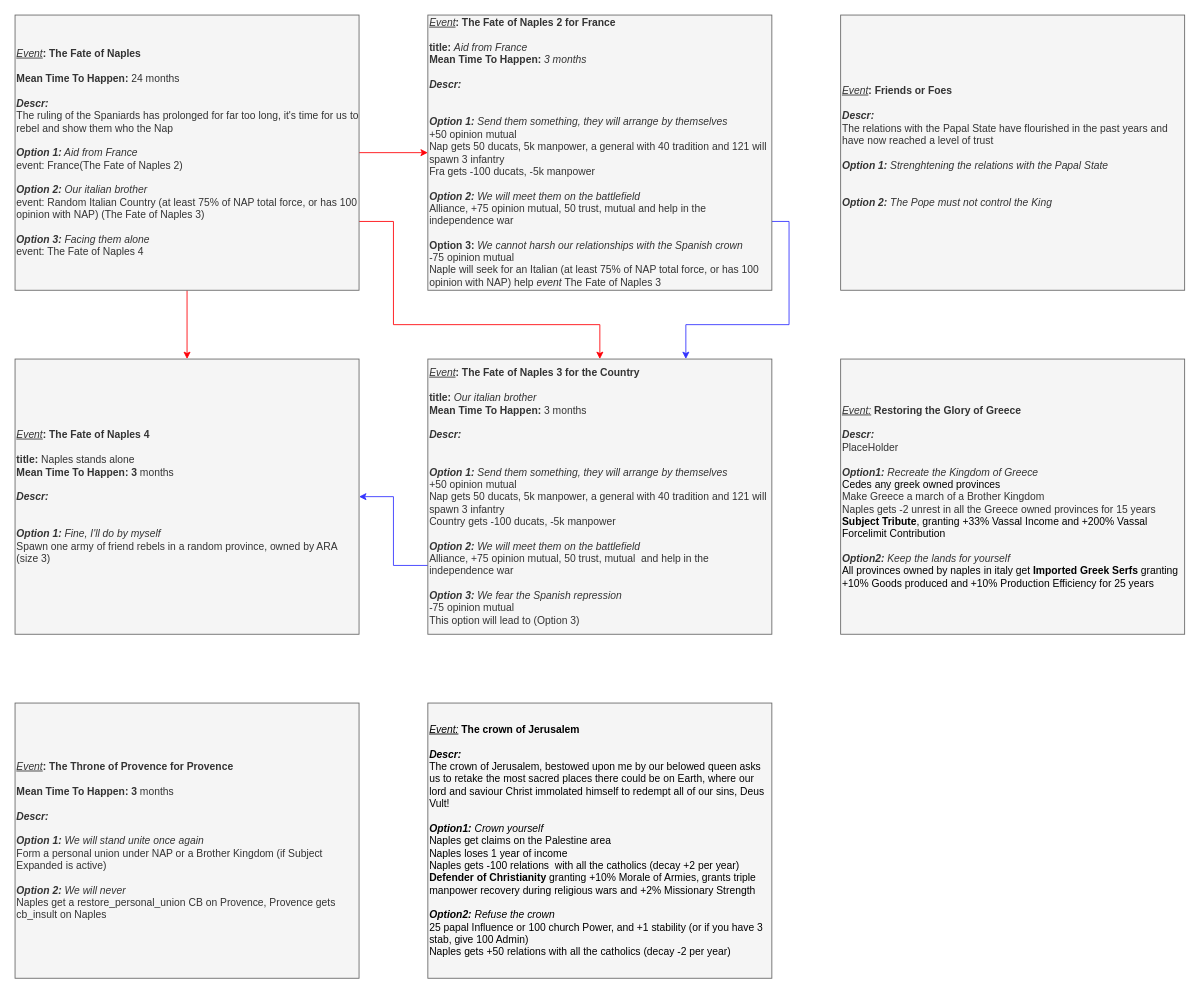
The draw.io diagram page "Events" (2 of 2) of Naples/It's Pizza Time 0.95.drawio in Melvasul/Missions-Expanded, before the edit. Source tidied: cells renumbered, new cells numbered last; positions are measured from the earlier drawing's top-left corner, leaving out a move shared by most shapes. Both pictures are drawn from the tidied source at 86%, with x=0, y=0 at pixel (15, 15).
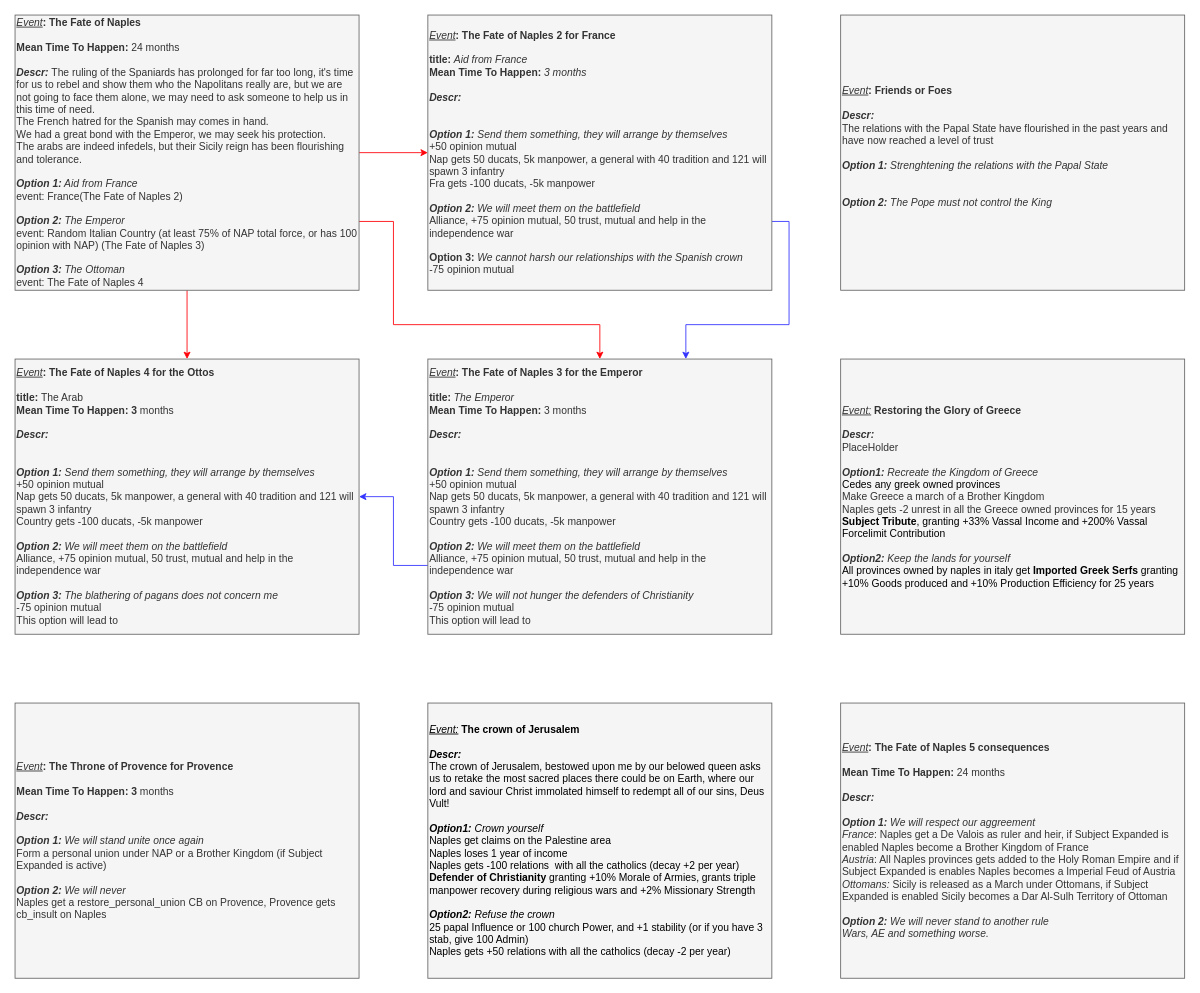
The same page after the edit.

Diff of the diagram source:
```diff
@@
-    <mxCell id="7" value="&lt;div style=&quot;font-size: 12px&quot;&gt;&lt;i&gt;&lt;u&gt;Event&lt;/u&gt;&lt;/i&gt;&lt;b&gt;: The Fate of Naples&lt;/b&gt;&lt;/div&gt;&lt;div style=&quot;font-size: 12px&quot;&gt;&lt;b&gt;&lt;br&gt;&lt;/b&gt;&lt;/div&gt;&lt;div style=&quot;font-size: 12px&quot;&gt;&lt;b&gt;Mean Time To Happen: &lt;/b&gt;24 months&lt;/div&gt;&lt;div style=&quot;font-size: 12px&quot;&gt;&lt;b&gt;&lt;br&gt;&lt;/b&gt;&lt;/div&gt;&lt;div&gt;&lt;font&gt;&lt;div style=&quot;font-size: 12px&quot;&gt;&lt;b style=&quot;font-size: 12px&quot;&gt;&lt;i style=&quot;font-size: 12px&quot;&gt;Descr:&lt;/i&gt;&lt;/b&gt;&lt;/div&gt;&lt;div&gt;The ruling of the Spaniards has prolonged for far too long, it's time for us to rebel and show them who the Nap&lt;/div&gt;&lt;/font&gt;&lt;/div&gt;&lt;div&gt;&lt;br&gt;&lt;/div&gt;&lt;div style=&quot;font-size: 12px&quot;&gt;&lt;/div&gt;&lt;font&gt;&lt;b style=&quot;font-size: 12px ; font-style: italic&quot;&gt;Option 1:&lt;/b&gt;&lt;span style=&quot;font-size: 12px ; font-style: italic&quot;&gt; &lt;/span&gt;&lt;span style=&quot;font-size: 12px ; font-style: italic&quot;&gt;Aid from France&lt;/span&gt;&lt;br&gt;event: France(The Fate of Naples 2)&lt;br&gt;&lt;br&gt;&lt;span style=&quot;font-size: 12px&quot;&gt;&lt;i&gt;&lt;b&gt;Option 2:&lt;/b&gt; Our italian brother&lt;/i&gt;&lt;/span&gt;&lt;br&gt;&lt;div&gt;event: Random Italian Country (at least 75% of NAP total force, or has 100 opinion with NAP) (The Fate of Naples 3)&lt;br&gt;&lt;/div&gt;&lt;div&gt;&lt;br&gt;&lt;/div&gt;&lt;div&gt;&lt;i style=&quot;font-weight: bold&quot;&gt;Option 3: &lt;/i&gt;&lt;i&gt;Facing them alone&lt;/i&gt;&lt;/div&gt;&lt;div&gt;event: The Fate of Naples 4&lt;i&gt;&lt;br&gt;&lt;/i&gt;&lt;/div&gt;&lt;/font&gt;" style="rounded=0;whiteSpace=wrap;html=1;align=left;fontSize=12;fillColor=#f5f5f5;strokeColor=#666666;fontColor=#333333;" parent="1" vertex="1">
+    <mxCell id="7" value="&lt;div style=&quot;font-size: 12px&quot;&gt;&lt;i&gt;&lt;u&gt;Event&lt;/u&gt;&lt;/i&gt;&lt;b&gt;: The Fate of Naples&lt;/b&gt;&lt;/div&gt;&lt;div style=&quot;font-size: 12px&quot;&gt;&lt;b&gt;&lt;br&gt;&lt;/b&gt;&lt;/div&gt;&lt;div style=&quot;font-size: 12px&quot;&gt;&lt;b&gt;Mean Time To Happen: &lt;/b&gt;24 months&lt;/div&gt;&lt;div style=&quot;font-size: 12px&quot;&gt;&lt;b&gt;&lt;br&gt;&lt;/b&gt;&lt;/div&gt;&lt;div&gt;&lt;font&gt;&lt;div style=&quot;font-size: 12px&quot;&gt;&lt;b style=&quot;font-size: 12px&quot;&gt;&lt;i style=&quot;font-size: 12px&quot;&gt;Descr:&amp;nbsp;&lt;/i&gt;&lt;/b&gt;&lt;span&gt;The ruling of the Spaniards has prolonged for far too long, it's time for us to rebel and show them who the Napolitans really are, but we are not going to face them alone, we may need to ask someone to help us in this time of need.&lt;/span&gt;&lt;/div&gt;&lt;div&gt;The French hatred for the Spanish may comes in hand.&lt;/div&gt;&lt;div&gt;We had a great bond with the Emperor, we may seek his protection.&lt;/div&gt;&lt;div&gt;The arabs are indeed infedels, but their Sicily reign has been flourishing and tolerance.&lt;/div&gt;&lt;/font&gt;&lt;/div&gt;&lt;div&gt;&lt;br&gt;&lt;/div&gt;&lt;div style=&quot;font-size: 12px&quot;&gt;&lt;/div&gt;&lt;font&gt;&lt;b style=&quot;font-size: 12px ; font-style: italic&quot;&gt;Option 1:&lt;/b&gt;&lt;span style=&quot;font-size: 12px ; font-style: italic&quot;&gt; &lt;/span&gt;&lt;span style=&quot;font-size: 12px ; font-style: italic&quot;&gt;Aid from France&lt;/span&gt;&lt;br&gt;event: France(The Fate of Naples 2)&lt;br&gt;&lt;br&gt;&lt;span style=&quot;font-size: 12px&quot;&gt;&lt;i&gt;&lt;b&gt;Option 2:&lt;/b&gt; The Emperor&lt;/i&gt;&lt;/span&gt;&lt;br&gt;&lt;div&gt;event: Random Italian Country (at least 75% of NAP total force, or has 100 opinion with NAP) (The Fate of Naples 3)&lt;br&gt;&lt;/div&gt;&lt;div&gt;&lt;br&gt;&lt;/div&gt;&lt;div&gt;&lt;i style=&quot;font-weight: bold&quot;&gt;Option 3: &lt;/i&gt;&lt;i&gt;The Ottoman&lt;/i&gt;&lt;/div&gt;&lt;div&gt;event: The Fate of Naples 4&lt;i&gt;&lt;br&gt;&lt;/i&gt;&lt;/div&gt;&lt;/font&gt;" style="rounded=0;whiteSpace=wrap;html=1;align=left;fontSize=12;fillColor=#f5f5f5;strokeColor=#666666;fontColor=#333333;" parent="1" vertex="1">
       <mxGeometry width="400" height="320" as="geometry" />
     </mxCell>
-    <mxCell id="8" value="&lt;div style=&quot;font-size: 12px&quot;&gt;&lt;i&gt;&lt;u&gt;Event&lt;/u&gt;&lt;/i&gt;&lt;b&gt;: The Fate of Naples 4&lt;/b&gt;&lt;/div&gt;&lt;div style=&quot;font-size: 12px&quot;&gt;&lt;b&gt;&lt;br&gt;&lt;/b&gt;&lt;/div&gt;&lt;div style=&quot;font-size: 12px&quot;&gt;&lt;b&gt;title: &lt;/b&gt;Naples stands alone&lt;/div&gt;&lt;div style=&quot;font-size: 12px&quot;&gt;&lt;b&gt;Mean Time To Happen: 3&amp;nbsp;&lt;/b&gt;months&lt;/div&gt;&lt;div style=&quot;font-size: 12px&quot;&gt;&lt;b&gt;&lt;br&gt;&lt;/b&gt;&lt;/div&gt;&lt;div&gt;&lt;font&gt;&lt;div style=&quot;font-size: 12px&quot;&gt;&lt;b style=&quot;font-size: 12px&quot;&gt;&lt;i style=&quot;font-size: 12px&quot;&gt;Descr:&lt;/i&gt;&lt;/b&gt;&lt;/div&gt;&lt;div&gt;&lt;br&gt;&lt;/div&gt;&lt;/font&gt;&lt;/div&gt;&lt;div&gt;&lt;br&gt;&lt;/div&gt;&lt;div style=&quot;font-size: 12px&quot;&gt;&lt;/div&gt;&lt;font&gt;&lt;b style=&quot;font-size: 12px ; font-style: italic&quot;&gt;Option 1:&lt;/b&gt;&lt;span style=&quot;font-size: 12px ; font-style: italic&quot;&gt;&amp;nbsp;&lt;/span&gt;&lt;i&gt;Fine, I'll do by myself&lt;/i&gt;&lt;br&gt;Spawn one army of friend rebels in a random province, owned by ARA (size 3)&lt;br&gt;&lt;/font&gt;" style="rounded=0;whiteSpace=wrap;html=1;align=left;fontSize=12;fillColor=#f5f5f5;strokeColor=#666666;fontColor=#333333;" parent="1" vertex="1">
+    <mxCell id="8" value="&lt;div style=&quot;font-size: 12px&quot;&gt;&lt;i&gt;&lt;u&gt;Event&lt;/u&gt;&lt;/i&gt;&lt;b&gt;: The Fate of Naples 4 for the Ottos&lt;/b&gt;&lt;/div&gt;&lt;div style=&quot;font-size: 12px&quot;&gt;&lt;b&gt;&lt;br&gt;&lt;/b&gt;&lt;/div&gt;&lt;div style=&quot;font-size: 12px&quot;&gt;&lt;b&gt;title: &lt;/b&gt;The Arab&lt;/div&gt;&lt;div style=&quot;font-size: 12px&quot;&gt;&lt;b&gt;Mean Time To Happen: 3&amp;nbsp;&lt;/b&gt;months&lt;/div&gt;&lt;div style=&quot;font-size: 12px&quot;&gt;&lt;b&gt;&lt;br&gt;&lt;/b&gt;&lt;/div&gt;&lt;div&gt;&lt;font&gt;&lt;div style=&quot;font-size: 12px&quot;&gt;&lt;b style=&quot;font-size: 12px&quot;&gt;&lt;i style=&quot;font-size: 12px&quot;&gt;Descr:&lt;/i&gt;&lt;/b&gt;&lt;/div&gt;&lt;div&gt;&lt;br&gt;&lt;/div&gt;&lt;/font&gt;&lt;/div&gt;&lt;div&gt;&lt;br&gt;&lt;/div&gt;&lt;div style=&quot;font-size: 12px&quot;&gt;&lt;/div&gt;&lt;font&gt;&lt;b style=&quot;font-style: italic&quot;&gt;Option 1:&lt;/b&gt;&lt;span style=&quot;font-style: italic&quot;&gt;&amp;nbsp;Send them something, they will arrange by themselves&lt;br&gt;&lt;/span&gt;+50 opinion mutual&lt;br&gt;Nap gets 50 ducats, 5k manpower, a general with 40 tradition and 121 will spawn 3 infantry&lt;br&gt;Country gets -100 ducats, -5k manpower&lt;br&gt;&lt;br&gt;&lt;i&gt;&lt;b&gt;Option 2:&lt;/b&gt;&amp;nbsp;We will meet them on the battlefield&lt;br&gt;&lt;/i&gt;Alliance, +75 opinion mutual, 50 trust, mutual and help in the independence war&lt;br&gt;&lt;br&gt;&lt;i&gt;&lt;b&gt;Option 3:&lt;/b&gt;&amp;nbsp;The blathering of pagans does not concern me&lt;br&gt;&lt;/i&gt;-75 opinion mutual&lt;br&gt;This option will lead to&lt;br&gt;&lt;/font&gt;" style="rounded=0;whiteSpace=wrap;html=1;align=left;fontSize=12;fillColor=#f5f5f5;strokeColor=#666666;fontColor=#333333;" parent="1" vertex="1">
       <mxGeometry y="400" width="400" height="320" as="geometry" />
     </mxCell>
@@
-    <mxCell id="11" value="&lt;div style=&quot;font-size: 12px&quot;&gt;&lt;i&gt;&lt;u&gt;Event&lt;/u&gt;&lt;/i&gt;&lt;b&gt;: The Fate of Naples 2 for France&lt;/b&gt;&lt;/div&gt;&lt;div style=&quot;font-size: 12px&quot;&gt;&lt;b&gt;&lt;br&gt;&lt;/b&gt;&lt;/div&gt;&lt;div style=&quot;font-size: 12px&quot;&gt;&lt;b&gt;title: &lt;/b&gt;&lt;i&gt;Aid from France&lt;/i&gt;&lt;/div&gt;&lt;div style=&quot;font-size: 12px&quot;&gt;&lt;b&gt;Mean Time To Happen: &lt;/b&gt;&lt;i&gt;3 months&lt;/i&gt;&lt;/div&gt;&lt;div style=&quot;font-size: 12px&quot;&gt;&lt;b&gt;&lt;br&gt;&lt;/b&gt;&lt;/div&gt;&lt;div&gt;&lt;font&gt;&lt;div style=&quot;font-size: 12px&quot;&gt;&lt;b style=&quot;font-size: 12px&quot;&gt;&lt;i style=&quot;font-size: 12px&quot;&gt;Descr:&lt;/i&gt;&lt;/b&gt;&lt;/div&gt;&lt;div&gt;&lt;br&gt;&lt;/div&gt;&lt;/font&gt;&lt;/div&gt;&lt;div&gt;&lt;br&gt;&lt;/div&gt;&lt;div style=&quot;font-size: 12px&quot;&gt;&lt;/div&gt;&lt;font&gt;&lt;b style=&quot;font-size: 12px ; font-style: italic&quot;&gt;Option 1:&lt;/b&gt;&lt;span style=&quot;font-size: 12px ; font-style: italic&quot;&gt;&amp;nbsp;Send them something, they will arrange by themselves&lt;br&gt;&lt;/span&gt;+50 opinion mutual&lt;br&gt;Nap gets 50 ducats, 5k manpower, a general with 40 tradition and 121 will spawn 3 infantry&lt;br&gt;Fra gets -100 ducats, -5k manpower&lt;br&gt;&lt;br&gt;&lt;span style=&quot;font-size: 12px&quot;&gt;&lt;i&gt;&lt;b&gt;Option 2:&lt;/b&gt; We will meet them on the battlefield&lt;br&gt;&lt;/i&gt;&lt;/span&gt;Alliance, +75 opinion mutual, 50 trust, mutual and help in the independence war&lt;br&gt;&lt;b&gt;&lt;br&gt;Option 3:&lt;/b&gt;&amp;nbsp;&lt;i&gt;We cannot harsh our relationships with the Spanish crown&lt;br&gt;&lt;/i&gt;-75 opinion mutual&lt;br&gt;Naple will seek for an Italian (at least 75% of NAP total force, or has 100 opinion with NAP) help &lt;i&gt;event&lt;/i&gt;&amp;nbsp;The Fate of Naples 3&lt;br&gt;&lt;/font&gt;" style="rounded=0;whiteSpace=wrap;html=1;align=left;fontSize=12;fillColor=#f5f5f5;strokeColor=#666666;fontColor=#333333;" parent="1" vertex="1">
+    <mxCell id="11" value="&lt;div style=&quot;font-size: 12px&quot;&gt;&lt;i&gt;&lt;u&gt;Event&lt;/u&gt;&lt;/i&gt;&lt;b&gt;: The Fate of Naples 2 for France&lt;/b&gt;&lt;/div&gt;&lt;div style=&quot;font-size: 12px&quot;&gt;&lt;b&gt;&lt;br&gt;&lt;/b&gt;&lt;/div&gt;&lt;div style=&quot;font-size: 12px&quot;&gt;&lt;b&gt;title: &lt;/b&gt;&lt;i&gt;Aid from France&lt;/i&gt;&lt;/div&gt;&lt;div style=&quot;font-size: 12px&quot;&gt;&lt;b&gt;Mean Time To Happen: &lt;/b&gt;&lt;i&gt;3 months&lt;/i&gt;&lt;/div&gt;&lt;div style=&quot;font-size: 12px&quot;&gt;&lt;b&gt;&lt;br&gt;&lt;/b&gt;&lt;/div&gt;&lt;div&gt;&lt;font&gt;&lt;div style=&quot;font-size: 12px&quot;&gt;&lt;b style=&quot;font-size: 12px&quot;&gt;&lt;i style=&quot;font-size: 12px&quot;&gt;Descr:&lt;/i&gt;&lt;/b&gt;&lt;/div&gt;&lt;div&gt;&lt;br&gt;&lt;/div&gt;&lt;/font&gt;&lt;/div&gt;&lt;div&gt;&lt;br&gt;&lt;/div&gt;&lt;div style=&quot;font-size: 12px&quot;&gt;&lt;/div&gt;&lt;font&gt;&lt;b style=&quot;font-size: 12px ; font-style: italic&quot;&gt;Option 1:&lt;/b&gt;&lt;span style=&quot;font-size: 12px ; font-style: italic&quot;&gt;&amp;nbsp;Send them something, they will arrange by themselves&lt;br&gt;&lt;/span&gt;+50 opinion mutual&lt;br&gt;Nap gets 50 ducats, 5k manpower, a general with 40 tradition and 121 will spawn 3 infantry&lt;br&gt;Fra gets -100 ducats, -5k manpower&lt;br&gt;&lt;br&gt;&lt;span style=&quot;font-size: 12px&quot;&gt;&lt;i&gt;&lt;b&gt;Option 2:&lt;/b&gt; We will meet them on the battlefield&lt;br&gt;&lt;/i&gt;&lt;/span&gt;Alliance, +75 opinion mutual, 50 trust, mutual and help in the independence war&lt;br&gt;&lt;b&gt;&lt;br&gt;Option 3:&lt;/b&gt;&amp;nbsp;&lt;i&gt;We cannot harsh our relationships with the Spanish crown&lt;br&gt;&lt;/i&gt;-75 opinion mutual&lt;br&gt;&lt;/font&gt;" style="rounded=0;whiteSpace=wrap;html=1;align=left;fontSize=12;fillColor=#f5f5f5;strokeColor=#666666;fontColor=#333333;" parent="1" vertex="1">
       <mxGeometry x="480" width="400" height="320" as="geometry" />
     </mxCell>
@@
-    <mxCell id="13" value="&lt;div style=&quot;font-size: 12px&quot;&gt;&lt;i&gt;&lt;u&gt;Event&lt;/u&gt;&lt;/i&gt;&lt;b&gt;: The Fate of Naples 3 for the Country&lt;/b&gt;&lt;/div&gt;&lt;div style=&quot;font-size: 12px&quot;&gt;&lt;b&gt;&lt;br&gt;&lt;/b&gt;&lt;/div&gt;&lt;div&gt;&lt;b&gt;title:&amp;nbsp;&lt;/b&gt;&lt;i&gt;Our italian brother&lt;/i&gt;&lt;br&gt;&lt;/div&gt;&lt;div style=&quot;font-size: 12px&quot;&gt;&lt;b&gt;Mean Time To Happen: &lt;/b&gt;3 months&lt;/div&gt;&lt;div style=&quot;font-size: 12px&quot;&gt;&lt;b&gt;&lt;br&gt;&lt;/b&gt;&lt;/div&gt;&lt;div&gt;&lt;font&gt;&lt;div style=&quot;font-size: 12px&quot;&gt;&lt;b style=&quot;font-size: 12px&quot;&gt;&lt;i style=&quot;font-size: 12px&quot;&gt;Descr:&lt;/i&gt;&lt;/b&gt;&lt;/div&gt;&lt;div&gt;&lt;br&gt;&lt;/div&gt;&lt;div&gt;&lt;br&gt;&lt;/div&gt;&lt;/font&gt;&lt;/div&gt;&lt;div style=&quot;font-size: 12px&quot;&gt;&lt;/div&gt;&lt;b style=&quot;font-style: italic&quot;&gt;Option 1:&lt;/b&gt;&lt;span style=&quot;font-style: italic&quot;&gt;&amp;nbsp;Send them something, they will arrange by themselves&lt;br&gt;&lt;/span&gt;+50 opinion mutual&lt;br&gt;Nap gets 50 ducats, 5k manpower, a general with 40 tradition and 121 will spawn 3 infantry&lt;br&gt;Country gets -100 ducats, -5k manpower&lt;br&gt;&lt;br&gt;&lt;i&gt;&lt;b&gt;Option 2:&lt;/b&gt;&amp;nbsp;We will meet them on the battlefield&lt;br&gt;&lt;/i&gt;Alliance, +75 opinion mutual, 50 trust, mutual&amp;nbsp; and help in the independence war&lt;br&gt;&lt;br&gt;&lt;i&gt;&lt;b&gt;Option 3:&lt;/b&gt;&amp;nbsp;We fear the Spanish repression&lt;br&gt;&lt;/i&gt;-75 opinion mutual&lt;br&gt;This option will lead to (Option 3)" style="rounded=0;whiteSpace=wrap;html=1;align=left;fontSize=12;fillColor=#f5f5f5;strokeColor=#666666;fontColor=#333333;" parent="1" vertex="1">
+    <mxCell id="13" value="&lt;div style=&quot;font-size: 12px&quot;&gt;&lt;i&gt;&lt;u&gt;Event&lt;/u&gt;&lt;/i&gt;&lt;b&gt;: The Fate of Naples 3 for the Emperor&lt;/b&gt;&lt;/div&gt;&lt;div style=&quot;font-size: 12px&quot;&gt;&lt;b&gt;&lt;br&gt;&lt;/b&gt;&lt;/div&gt;&lt;div&gt;&lt;b&gt;title:&lt;/b&gt; &lt;i&gt;The Emperor&lt;/i&gt;&lt;br&gt;&lt;/div&gt;&lt;div style=&quot;font-size: 12px&quot;&gt;&lt;b&gt;Mean Time To Happen: &lt;/b&gt;3 months&lt;/div&gt;&lt;div style=&quot;font-size: 12px&quot;&gt;&lt;b&gt;&lt;br&gt;&lt;/b&gt;&lt;/div&gt;&lt;div&gt;&lt;font&gt;&lt;div style=&quot;font-size: 12px&quot;&gt;&lt;b style=&quot;font-size: 12px&quot;&gt;&lt;i style=&quot;font-size: 12px&quot;&gt;Descr:&lt;/i&gt;&lt;/b&gt;&lt;/div&gt;&lt;div&gt;&lt;br&gt;&lt;/div&gt;&lt;div&gt;&lt;br&gt;&lt;/div&gt;&lt;/font&gt;&lt;/div&gt;&lt;div style=&quot;font-size: 12px&quot;&gt;&lt;/div&gt;&lt;b style=&quot;font-style: italic&quot;&gt;Option 1:&lt;/b&gt;&lt;span style=&quot;font-style: italic&quot;&gt;&amp;nbsp;Send them something, they will arrange by themselves&lt;br&gt;&lt;/span&gt;+50 opinion mutual&lt;br&gt;Nap gets 50 ducats, 5k manpower, a general with 40 tradition and 121 will spawn 3 infantry&lt;br&gt;Country gets -100 ducats, -5k manpower&lt;br&gt;&lt;br&gt;&lt;i&gt;&lt;b&gt;Option 2:&lt;/b&gt;&amp;nbsp;We will meet them on the battlefield&lt;br&gt;&lt;/i&gt;Alliance, +75 opinion mutual, 50 trust, mutual and help in the independence war&lt;br&gt;&lt;br&gt;&lt;i&gt;&lt;b&gt;Option 3:&lt;/b&gt;&amp;nbsp;We will not hunger the defenders of Christianity&lt;br&gt;&lt;/i&gt;-75 opinion mutual&lt;br&gt;This option will lead to" style="rounded=0;whiteSpace=wrap;html=1;align=left;fontSize=12;fillColor=#f5f5f5;strokeColor=#666666;fontColor=#333333;" parent="1" vertex="1">
       <mxGeometry x="480" y="400" width="400" height="320" as="geometry" />
     </mxCell>
@@
+    <mxCell id="15" value="&lt;div style=&quot;font-size: 12px&quot;&gt;&lt;i&gt;&lt;u&gt;Event&lt;/u&gt;&lt;/i&gt;&lt;b&gt;: The Fate of Naples 5 consequences&lt;/b&gt;&lt;/div&gt;&lt;div style=&quot;font-size: 12px&quot;&gt;&lt;b&gt;&lt;br&gt;&lt;/b&gt;&lt;/div&gt;&lt;div style=&quot;font-size: 12px&quot;&gt;&lt;b&gt;Mean Time To Happen: &lt;/b&gt;24 months&lt;/div&gt;&lt;div style=&quot;font-size: 12px&quot;&gt;&lt;b&gt;&lt;br&gt;&lt;/b&gt;&lt;/div&gt;&lt;div&gt;&lt;font&gt;&lt;div style=&quot;font-size: 12px&quot;&gt;&lt;b style=&quot;font-size: 12px&quot;&gt;&lt;i style=&quot;font-size: 12px&quot;&gt;Descr:&amp;nbsp;&lt;/i&gt;&lt;/b&gt;&lt;/div&gt;&lt;div style=&quot;font-size: 12px&quot;&gt;&lt;b style=&quot;font-size: 12px&quot;&gt;&lt;i style=&quot;font-size: 12px&quot;&gt;&lt;br&gt;&lt;/i&gt;&lt;/b&gt;&lt;/div&gt;&lt;/font&gt;&lt;/div&gt;&lt;div style=&quot;font-size: 12px&quot;&gt;&lt;/div&gt;&lt;font&gt;&lt;b style=&quot;font-size: 12px ; font-style: italic&quot;&gt;Option 1:&lt;/b&gt;&lt;span style=&quot;font-size: 12px ; font-style: italic&quot;&gt;&amp;nbsp;We will respect our aggreement&lt;/span&gt;&lt;br&gt;&lt;i&gt;France&lt;/i&gt;: Naples get a De Valois as ruler and heir, if Subject Expanded is enabled Naples become a Brother Kingdom of France&lt;br&gt;&lt;i&gt;Austria&lt;/i&gt;: All Naples provinces gets added to the Holy Roman Empire and if Subject Expanded is enables Naples becomes a Imperial Feud of Austria&lt;br&gt;&lt;i&gt;Ottomans:&lt;/i&gt;&amp;nbsp;Sicily is released as a March under Ottomans, if Subject Expanded is enabled Sicily becomes a Dar Al-Sulh Territory of Ottoman&lt;br&gt;&lt;br&gt;&lt;span style=&quot;font-size: 12px&quot;&gt;&lt;i&gt;&lt;b&gt;Option 2:&lt;/b&gt; We will never stand to another rule&lt;br&gt;Wars, AE and something worse.&lt;br&gt;&lt;/i&gt;&lt;/span&gt;&lt;/font&gt;" style="rounded=0;whiteSpace=wrap;html=1;align=left;fontSize=12;fillColor=#f5f5f5;strokeColor=#666666;fontColor=#333333;" parent="1" vertex="1">
+      <mxGeometry x="960" y="800" width="400" height="320" as="geometry" />
+    </mxCell>
```
